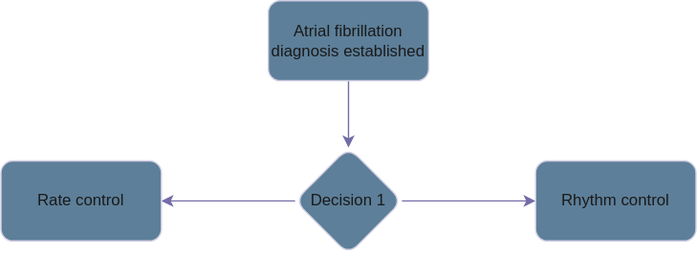
Before: Atrial fibrillation/AF algorithm.svg, a diagram exported from draw.io (TomHsiung/Cardiology). Source tidied: cells renumbered, new cells last; positions are measured from the earlier drawing's top-left corner, leaving out a move shared by most shapes.
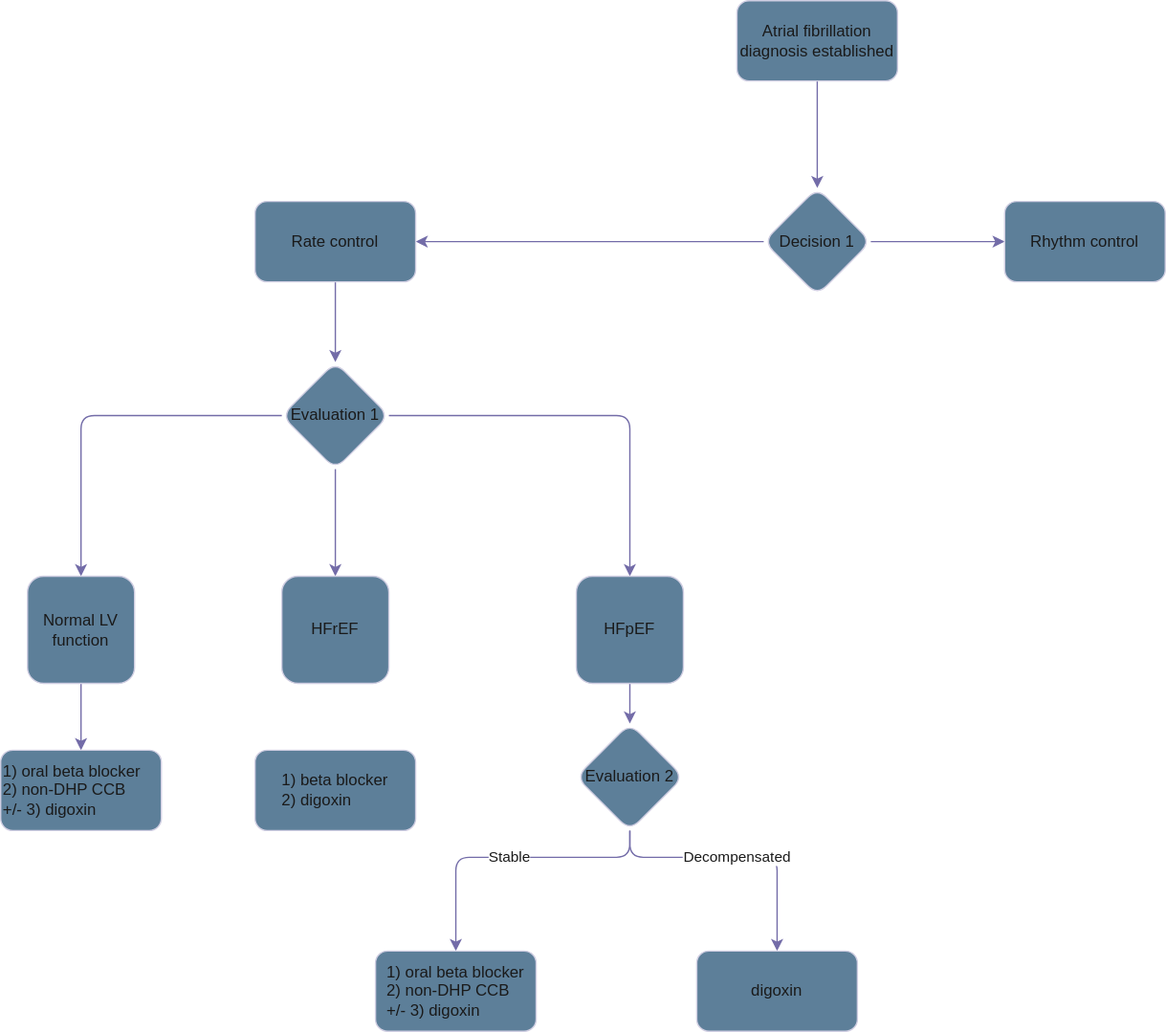
After the change.

Diff of the diagram source:
```diff
@@ -2,26 +2,87 @@
   <root>
     <mxCell id="0" />
     <mxCell id="1" parent="0" />
-    <mxCell id="2" style="edgeStyle=orthogonalEdgeStyle;rounded=0;jettySize=auto;html=1;exitX=0.5;exitY=1;exitDx=0;exitDy=0;entryX=0.5;entryY=0;entryDx=0;entryDy=0;strokeColor=#736CA8;fontColor=#1A1A1A;" parent="1" edge="1" source="3" target="6">
+    <mxCell id="2" style="edgeStyle=orthogonalEdgeStyle;rounded=1;jettySize=auto;html=1;entryX=0.5;entryY=0;entryDx=0;entryDy=0;strokeColor=#736CA8;fontColor=#1A1A1A;" parent="1" edge="1" source="3" target="6">
       <mxGeometry relative="1" as="geometry" />
     </mxCell>
     <mxCell id="3" value="Atrial fibrillation diagnosis established" style="rounded=1;whiteSpace=wrap;html=1;labelBackgroundColor=none;fillColor=#5D7F99;strokeColor=#D0CEE2;fontColor=#1A1A1A;" parent="1" vertex="1">
-      <mxGeometry x="200" width="120" height="60" as="geometry" />
+      <mxGeometry x="440" y="-30" width="120" height="60" as="geometry" />
     </mxCell>
-    <mxCell id="4" style="edgeStyle=orthogonalEdgeStyle;rounded=0;jettySize=auto;html=1;strokeColor=#736CA8;fontColor=#1A1A1A;" parent="1" edge="1" source="6" target="7">
+    <mxCell id="4" style="edgeStyle=orthogonalEdgeStyle;rounded=1;jettySize=auto;html=1;strokeColor=#736CA8;fontColor=#1A1A1A;" parent="1" edge="1" source="6" target="7">
       <mxGeometry relative="1" as="geometry" />
     </mxCell>
-    <mxCell id="5" style="edgeStyle=orthogonalEdgeStyle;rounded=0;jettySize=auto;html=1;exitX=1;exitY=0.5;exitDx=0;exitDy=0;strokeColor=#736CA8;fontColor=#1A1A1A;" parent="1" edge="1" source="6" target="8">
+    <mxCell id="5" style="edgeStyle=orthogonalEdgeStyle;rounded=1;jettySize=auto;html=1;exitX=1;exitY=0.5;exitDx=0;exitDy=0;strokeColor=#736CA8;fontColor=#1A1A1A;" parent="1" edge="1" source="6" target="8">
       <mxGeometry relative="1" as="geometry" />
     </mxCell>
     <mxCell id="6" value="Decision 1" style="rhombus;whiteSpace=wrap;html=1;rounded=1;labelBackgroundColor=none;fillColor=#5D7F99;strokeColor=#D0CEE2;fontColor=#1A1A1A;" parent="1" vertex="1">
-      <mxGeometry x="220" y="110" width="80" height="80" as="geometry" />
+      <mxGeometry x="460" y="110" width="80" height="80" as="geometry" />
     </mxCell>
+    <mxCell id="9" style="edgeStyle=orthogonalEdgeStyle;rounded=1;jettySize=auto;html=1;exitX=0.5;exitY=1;exitDx=0;exitDy=0;strokeColor=#736CA8;fontColor=#1A1A1A;" parent="1" edge="1" source="7" target="13">
+      <mxGeometry relative="1" as="geometry" />
+    </mxCell>
     <mxCell id="7" value="Rate control" style="rounded=1;whiteSpace=wrap;html=1;labelBackgroundColor=none;fillColor=#5D7F99;strokeColor=#D0CEE2;fontColor=#1A1A1A;" parent="1" vertex="1">
-      <mxGeometry y="120" width="120" height="60" as="geometry" />
+      <mxGeometry x="80" y="120" width="120" height="60" as="geometry" />
     </mxCell>
     <mxCell id="8" value="Rhythm control" style="rounded=1;whiteSpace=wrap;html=1;labelBackgroundColor=none;fillColor=#5D7F99;strokeColor=#D0CEE2;fontColor=#1A1A1A;" parent="1" vertex="1">
-      <mxGeometry x="400" y="120" width="120" height="60" as="geometry" />
+      <mxGeometry x="640" y="120" width="120" height="60" as="geometry" />
     </mxCell>
+    <mxCell id="10" style="edgeStyle=orthogonalEdgeStyle;rounded=1;jettySize=auto;html=1;entryX=0.5;entryY=0;entryDx=0;entryDy=0;strokeColor=#736CA8;fontColor=#1A1A1A;" parent="1" edge="1" source="13" target="15">
+      <mxGeometry relative="1" as="geometry" />
+    </mxCell>
+    <mxCell id="11" style="edgeStyle=orthogonalEdgeStyle;rounded=1;jettySize=auto;html=1;entryX=0.5;entryY=0;entryDx=0;entryDy=0;strokeColor=#736CA8;fontColor=#1A1A1A;exitX=0.5;exitY=1;exitDx=0;exitDy=0;" parent="1" edge="1" source="13" target="16">
+      <mxGeometry relative="1" as="geometry" />
+    </mxCell>
+    <mxCell id="12" style="edgeStyle=orthogonalEdgeStyle;rounded=1;jettySize=auto;html=1;exitX=1;exitY=0.5;exitDx=0;exitDy=0;entryX=0.5;entryY=0;entryDx=0;entryDy=0;strokeColor=#736CA8;fontColor=#1A1A1A;" parent="1" edge="1" source="13" target="18">
+      <mxGeometry relative="1" as="geometry" />
+    </mxCell>
+    <mxCell id="13" value="Evaluation 1" style="rhombus;whiteSpace=wrap;html=1;strokeColor=#D0CEE2;fontColor=#1A1A1A;fillColor=#5D7F99;rounded=1;" parent="1" vertex="1">
+      <mxGeometry x="100" y="240" width="80" height="80" as="geometry" />
+    </mxCell>
+    <mxCell id="14" style="edgeStyle=orthogonalEdgeStyle;rounded=1;jettySize=auto;html=1;exitX=0.5;exitY=1;exitDx=0;exitDy=0;entryX=0.5;entryY=0;entryDx=0;entryDy=0;strokeColor=#736CA8;fontColor=#1A1A1A;" parent="1" edge="1" source="15" target="19">
+      <mxGeometry relative="1" as="geometry" />
+    </mxCell>
+    <mxCell id="15" value="Normal LV function" style="whiteSpace=wrap;html=1;rounded=1;strokeColor=#D0CEE2;fontColor=#1A1A1A;fillColor=#5D7F99;" parent="1" vertex="1">
+      <mxGeometry x="-90" y="400" width="80" height="80" as="geometry" />
+    </mxCell>
+    <mxCell id="16" value="HFrEF" style="whiteSpace=wrap;html=1;rounded=1;strokeColor=#D0CEE2;fontColor=#1A1A1A;fillColor=#5D7F99;" parent="1" vertex="1">
+      <mxGeometry x="100" y="400" width="80" height="80" as="geometry" />
+    </mxCell>
+    <mxCell id="17" style="edgeStyle=orthogonalEdgeStyle;rounded=1;sketch=0;jettySize=auto;html=1;entryX=0.5;entryY=0;entryDx=0;entryDy=0;shadow=0;strokeColor=#736CA8;fontColor=#1A1A1A;" parent="1" edge="1" source="18" target="23">
+      <mxGeometry relative="1" as="geometry" />
+    </mxCell>
+    <mxCell id="18" value="HFpEF" style="whiteSpace=wrap;html=1;rounded=1;strokeColor=#D0CEE2;fontColor=#1A1A1A;fillColor=#5D7F99;" parent="1" vertex="1">
+      <mxGeometry x="320" y="400" width="80" height="80" as="geometry" />
+    </mxCell>
+    <mxCell id="19" value="1) oral beta blocker&lt;br&gt;&lt;div style=&quot;&quot;&gt;2) non-DHP CCB&lt;/div&gt;&lt;div style=&quot;&quot;&gt;+/- 3) digoxin&lt;/div&gt;" style="rounded=1;whiteSpace=wrap;html=1;strokeColor=#D0CEE2;fontColor=#1A1A1A;fillColor=#5D7F99;align=left;" parent="1" vertex="1">
+      <mxGeometry x="-110" y="530" width="120" height="60" as="geometry" />
+    </mxCell>
+    <mxCell id="20" value="&lt;div style=&quot;text-align: left;&quot;&gt;1) beta blocker&lt;/div&gt;&lt;div style=&quot;text-align: left;&quot;&gt;2) digoxin&lt;/div&gt;" style="rounded=1;whiteSpace=wrap;html=1;strokeColor=#D0CEE2;fontColor=#1A1A1A;fillColor=#5D7F99;" parent="1" vertex="1">
+      <mxGeometry x="80" y="530" width="120" height="60" as="geometry" />
+    </mxCell>
+    <mxCell id="21" value="Stable" style="edgeStyle=orthogonalEdgeStyle;rounded=1;jettySize=auto;strokeColor=#736CA8;fontColor=#1A1A1A;shadow=0;html=1;" parent="1" edge="1" source="23" target="24">
+      <mxGeometry relative="1" as="geometry">
+        <Array as="points">
+          <mxPoint x="360" y="610" />
+          <mxPoint x="230" y="610" />
+        </Array>
+      </mxGeometry>
+    </mxCell>
+    <mxCell id="22" value="Decompensated" style="edgeStyle=orthogonalEdgeStyle;rounded=1;sketch=0;jettySize=auto;html=1;exitX=0.5;exitY=1;exitDx=0;exitDy=0;entryX=0.5;entryY=0;entryDx=0;entryDy=0;shadow=0;strokeColor=#736CA8;fontColor=#1A1A1A;" parent="1" edge="1" source="23" target="25">
+      <mxGeometry relative="1" as="geometry">
+        <Array as="points">
+          <mxPoint x="360" y="610" />
+          <mxPoint x="470" y="610" />
+        </Array>
+      </mxGeometry>
+    </mxCell>
+    <mxCell id="23" value="Evaluation 2" style="rhombus;whiteSpace=wrap;html=1;rounded=1;strokeColor=#D0CEE2;fontColor=#1A1A1A;fillColor=#5D7F99;" parent="1" vertex="1">
+      <mxGeometry x="320" y="510" width="80" height="80" as="geometry" />
+    </mxCell>
+    <mxCell id="24" value="&lt;span style=&quot;text-align: left;&quot;&gt;1) oral beta blocker&lt;/span&gt;&lt;br style=&quot;border-color: var(--border-color); text-align: left;&quot;&gt;&lt;div style=&quot;border-color: var(--border-color); text-align: left;&quot;&gt;2) non-DHP CCB&lt;/div&gt;&lt;div style=&quot;border-color: var(--border-color); text-align: left;&quot;&gt;+/- 3) digoxin&lt;/div&gt;" style="rounded=1;whiteSpace=wrap;html=1;strokeColor=#D0CEE2;fontColor=#1A1A1A;fillColor=#5D7F99;" parent="1" vertex="1">
+      <mxGeometry x="170" y="680" width="120" height="60" as="geometry" />
+    </mxCell>
+    <mxCell id="25" value="digoxin" style="rounded=1;whiteSpace=wrap;html=1;strokeColor=#D0CEE2;fontColor=#1A1A1A;fillColor=#5D7F99;" parent="1" vertex="1">
+      <mxGeometry x="410" y="680" width="120" height="60" as="geometry" />
+    </mxCell>
   </root>
 </mxGraphModel>
```
